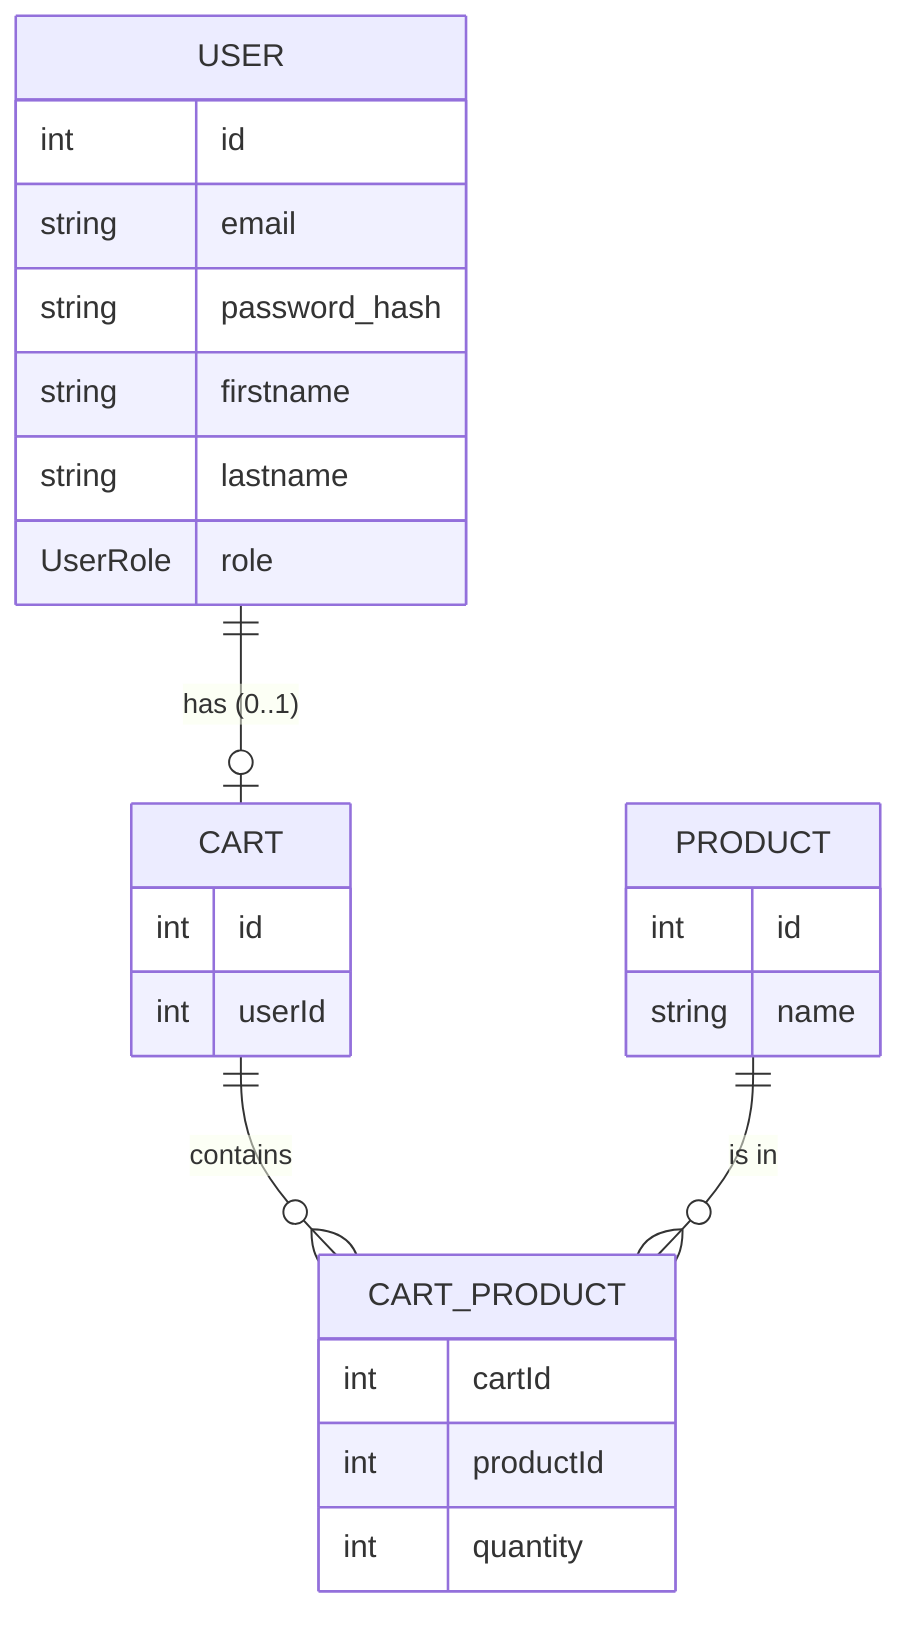
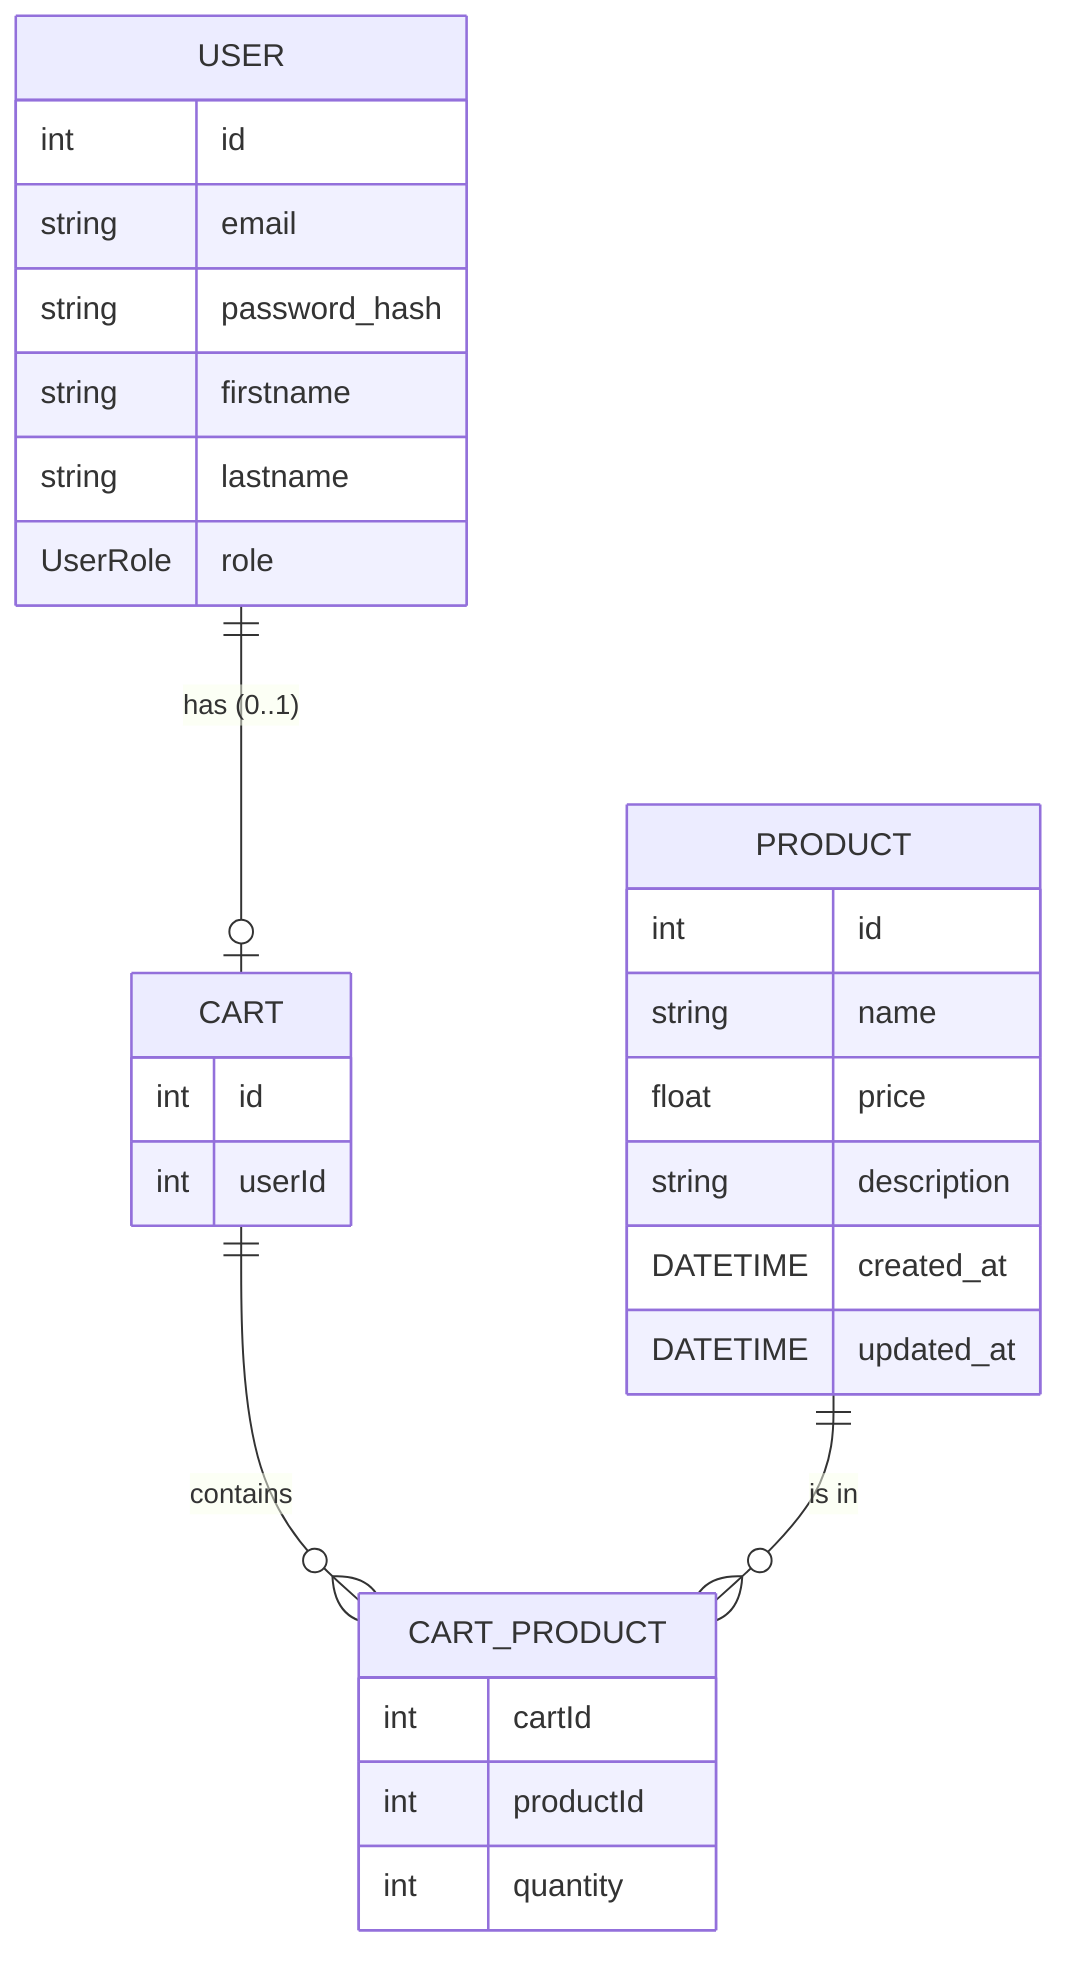
erDiagram
    USER ||--o| CART : "has (0..1)"
    CART ||--o{ CART_PRODUCT : "contains"
    PRODUCT ||--o{ CART_PRODUCT : "is in"

    USER {
        int id
        string email
        string password_hash
        string firstname
        string lastname
        UserRole role
    }

    CART {
        int id
        int userId
    }

    PRODUCT {
        int id
        string name
+         float price
+         string description
+         DATETIME created_at
+         DATETIME updated_at
    }

    CART_PRODUCT {
        int cartId
        int productId
        int quantity
    }
